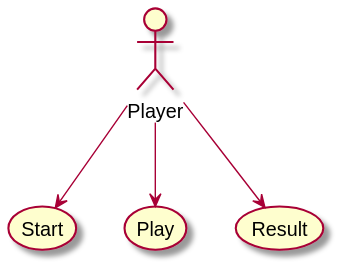
Above: build/docs/asciidoc/images/diagramaActoresCasosUso.svg in x-USantaTecla-game-ticTacToe/requirements (PlantUML), before the change. The source it was exported from:
```plantuml
@startuml

actor Player
usecase Start
usecase Play
usecase Result

Player --> Start
Player --> Play
Player --> Result

@enduml
```
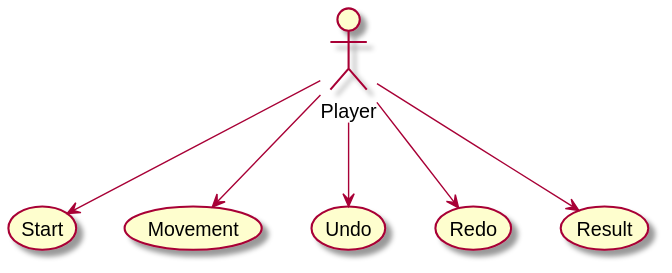
After the commit.

The edit, as a diff of the source:
```diff
@@ -2,11 +2,15 @@
 
 actor Player
 usecase Start
-usecase Play
+usecase Movement
+usecase Undo
+usecase Redo
 usecase Result
 
 Player --> Start
-Player --> Play
+Player --> Movement
+Player --> Undo
+Player --> Redo
 Player --> Result
 
 @enduml
```
